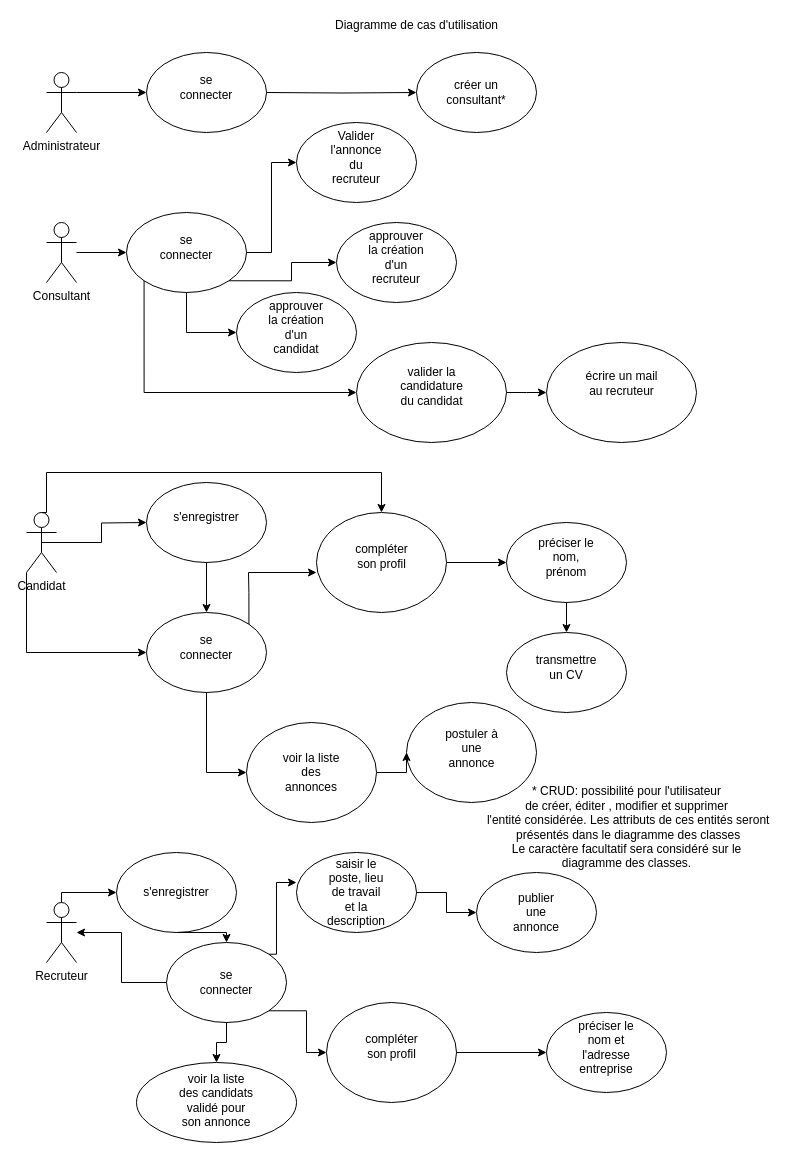
This is TRT Conseil/fonctionnalités_trt.drawio from cyrisa02/diagrammes-UML, a draw.io file, before an edit. Source tidied: cells renumbered, new cells numbered last; positions are measured from the earlier drawing's top-left corner, leaving out a move shared by most shapes. Both pictures are drawn from the tidied source at 100%, with x=0, y=0 at pixel (26, 17).
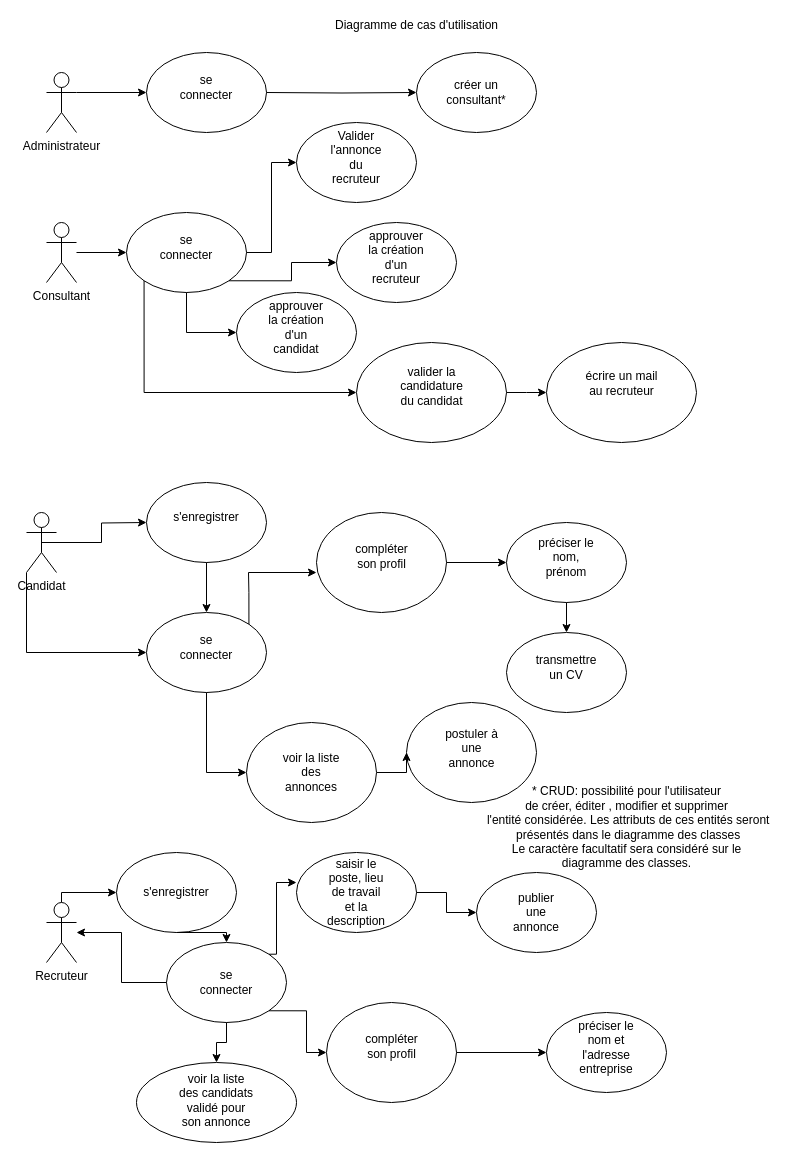
The same page after the edit.

The change refers to these unchanged cells:
```xml
<mxCell id="61" value="Candidat" style="shape=umlActor;verticalLabelPosition=bottom;verticalAlign=top;html=1;outlineConnect=0;" parent="1" vertex="1">
  <mxGeometry y="495" width="30" height="60" as="geometry" />
</mxCell>
<mxCell id="72" style="ellipse;whiteSpace=wrap;html=1;" parent="71" vertex="1">
  <mxGeometry width="130" height="100" as="geometry" />
</mxCell>
```

Diff of the diagram source:
```diff
@@
-    <mxCell id="74" style="edgeStyle=orthogonalEdgeStyle;rounded=0;jettySize=auto;html=1;entryX=0.5;entryY=0;entryDx=0;entryDy=0;exitX=0.5;exitY=0;exitDx=0;exitDy=0;exitPerimeter=0;" parent="1" edge="1" source="61" target="72">
-      <mxGeometry relative="1" as="geometry">
-        <Array as="points">
-          <mxPoint x="20" y="495" />
-          <mxPoint x="20" y="455" />
-          <mxPoint x="355" y="455" />
-        </Array>
-      </mxGeometry>
-    </mxCell>
```
